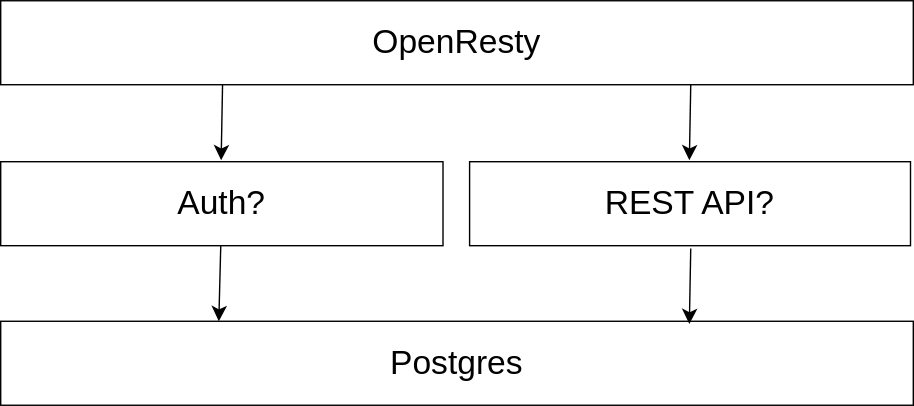
The draw.io diagram architecture.svg in minibasehq/minibase, before a commit. Source tidied: cells renumbered, new cells last; positions are measured from the earlier drawing's top-left corner, leaving out a move shared by most shapes.
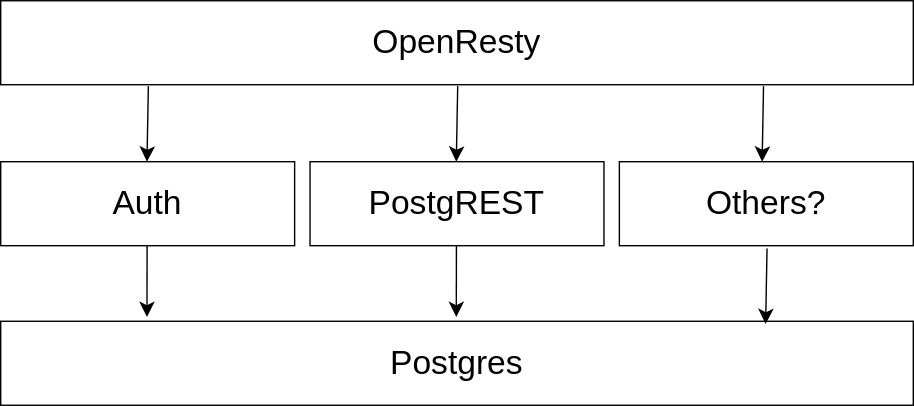
After the commit.

Commit message:
Adjust architecture diagram

The edit, as a diff of the source:
```diff
@@ -5,35 +5,53 @@
     <mxCell id="2" value="&lt;font style=&quot;font-size: 24px;&quot;&gt;OpenResty&lt;/font&gt;" style="rounded=0;whiteSpace=wrap;html=1;" parent="1" vertex="1">
       <mxGeometry width="652" height="60" as="geometry" />
     </mxCell>
-    <mxCell id="3" style="edgeStyle=none;curved=1;rounded=0;jettySize=auto;html=1;fontSize=12;startSize=8;endSize=8;entryX=0.239;entryY=0;entryDx=0;entryDy=0;entryPerimeter=0;" parent="1" edge="1" source="4" target="6">
-      <mxGeometry relative="1" as="geometry" />
+    <mxCell id="3" style="edgeStyle=none;curved=1;rounded=0;orthogonalLoop=1;jettySize=auto;html=1;fontSize=12;startSize=8;endSize=8;entryX=0.239;entryY=0;entryDx=0;entryDy=0;entryPerimeter=0;exitX=0.639;exitY=1.05;exitDx=0;exitDy=0;exitPerimeter=0;" parent="1" edge="1">
+      <mxGeometry relative="1" as="geometry">
+        <mxPoint x="104.6" y="175" as="sourcePoint" />
+        <mxPoint x="104.5" y="226" as="targetPoint" />
+      </mxGeometry>
     </mxCell>
-    <mxCell id="4" value="&lt;font style=&quot;font-size: 24px;&quot;&gt;Auth?&lt;/font&gt;" style="rounded=0;whiteSpace=wrap;html=1;" parent="1" vertex="1">
-      <mxGeometry y="115" width="316" height="60" as="geometry" />
-    </mxCell>
-    <mxCell id="5" value="&lt;font style=&quot;font-size: 24px;&quot;&gt;REST API?&lt;/font&gt;" style="rounded=0;whiteSpace=wrap;html=1;" parent="1" vertex="1">
-      <mxGeometry x="335" y="115" width="315" height="60" as="geometry" />
-    </mxCell>
     <mxCell id="6" value="&lt;font style=&quot;font-size: 24px;&quot;&gt;Postgres&lt;/font&gt;" style="rounded=0;whiteSpace=wrap;html=1;" parent="1" vertex="1">
       <mxGeometry y="229" width="652" height="60" as="geometry" />
     </mxCell>
     <mxCell id="7" style="edgeStyle=none;curved=1;rounded=0;orthogonalLoop=1;jettySize=auto;html=1;fontSize=12;startSize=8;endSize=8;entryX=0.239;entryY=0;entryDx=0;entryDy=0;entryPerimeter=0;" parent="1" edge="1">
       <mxGeometry relative="1" as="geometry">
-        <mxPoint x="493" y="177" as="sourcePoint" />
-        <mxPoint x="492" y="231" as="targetPoint" />
+        <mxPoint x="547.5" y="177" as="sourcePoint" />
+        <mxPoint x="546.5" y="231" as="targetPoint" />
       </mxGeometry>
     </mxCell>
     <mxCell id="8" style="edgeStyle=none;curved=1;rounded=0;orthogonalLoop=1;jettySize=auto;html=1;fontSize=12;startSize=8;endSize=8;entryX=0.239;entryY=0;entryDx=0;entryDy=0;entryPerimeter=0;" parent="1" edge="1">
       <mxGeometry relative="1" as="geometry">
-        <mxPoint x="493" y="60" as="sourcePoint" />
-        <mxPoint x="492" y="114" as="targetPoint" />
+        <mxPoint x="545" y="61" as="sourcePoint" />
+        <mxPoint x="544" y="115" as="targetPoint" />
       </mxGeometry>
     </mxCell>
     <mxCell id="9" style="edgeStyle=none;curved=1;rounded=0;orthogonalLoop=1;jettySize=auto;html=1;fontSize=12;startSize=8;endSize=8;entryX=0.239;entryY=0;entryDx=0;entryDy=0;entryPerimeter=0;" parent="1" edge="1">
       <mxGeometry relative="1" as="geometry">
-        <mxPoint x="158.5" y="60" as="sourcePoint" />
-        <mxPoint x="157.5" y="114" as="targetPoint" />
+        <mxPoint x="105.5" y="61" as="sourcePoint" />
+        <mxPoint x="104.5" y="115" as="targetPoint" />
       </mxGeometry>
     </mxCell>
+    <mxCell id="10" value="&lt;font style=&quot;font-size: 24px;&quot;&gt;Auth&lt;/font&gt;" style="rounded=0;whiteSpace=wrap;html=1;" parent="1" vertex="1">
+      <mxGeometry y="115" width="210" height="60" as="geometry" />
+    </mxCell>
+    <mxCell id="11" value="&lt;font style=&quot;font-size: 24px;&quot;&gt;PostgREST&lt;/font&gt;" style="rounded=0;whiteSpace=wrap;html=1;" parent="1" vertex="1">
+      <mxGeometry x="221" y="115" width="210" height="60" as="geometry" />
+    </mxCell>
+    <mxCell id="12" value="&lt;font style=&quot;font-size: 24px;&quot;&gt;Others?&lt;/font&gt;" style="rounded=0;whiteSpace=wrap;html=1;" parent="1" vertex="1">
+      <mxGeometry x="442" y="115" width="210" height="60" as="geometry" />
+    </mxCell>
+    <mxCell id="13" style="edgeStyle=none;curved=1;rounded=0;orthogonalLoop=1;jettySize=auto;html=1;fontSize=12;startSize=8;endSize=8;entryX=0.239;entryY=0;entryDx=0;entryDy=0;entryPerimeter=0;" parent="1" edge="1">
+      <mxGeometry relative="1" as="geometry">
+        <mxPoint x="326.5" y="61" as="sourcePoint" />
+        <mxPoint x="325.5" y="115" as="targetPoint" />
+      </mxGeometry>
+    </mxCell>
+    <mxCell id="14" style="edgeStyle=none;curved=1;rounded=0;orthogonalLoop=1;jettySize=auto;html=1;fontSize=12;startSize=8;endSize=8;entryX=0.239;entryY=0;entryDx=0;entryDy=0;entryPerimeter=0;exitX=0.639;exitY=1.05;exitDx=0;exitDy=0;exitPerimeter=0;" parent="1" edge="1">
+      <mxGeometry relative="1" as="geometry">
+        <mxPoint x="325.6" y="175" as="sourcePoint" />
+        <mxPoint x="325.5" y="226" as="targetPoint" />
+      </mxGeometry>
+    </mxCell>
   </root>
 </mxGraphModel>
```
